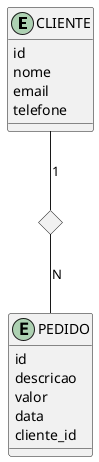
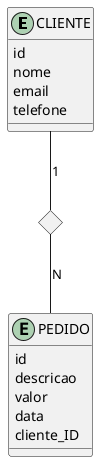
@startuml

skinparam classAttributeIconSize 0

class CLIENTE << (E,#ADD1B2) >> {
  id
  nome
  email
  telefone
}

class PEDIDO << (E,#ADD1B2) >> {
  id
  descricao
  valor
  data
-   cliente_id
+   cliente_ID
}

diamond REALIZA

CLIENTE -- REALIZA : 1
REALIZA -- PEDIDO : N

@enduml


@startuml

entity "CLIENTES" as clientes {
    * id : INT <<PK>>
    --
    nome : VARCHAR(100)
    email : VARCHAR(100)
    telefone : VARCHAR(20)
}

entity "PEDIDOS" as pedidos {
    * id : INT <<PK>>
    --
-     cliente_id : INT <<FK>>
+     cliente_ID : INT <<FK>>
    descricao : VARCHAR(255)
    valor : DECIMAL(10,2)
    data : DATE
}

clientes ||--o{ pedidos : realiza

@enduml

@startuml

skinparam backgroundColor white
skinparam shadowing false

rectangle "CLIENTES" as Clientes
rectangle "PEDIDOS" as Pedidos

hexagon "REALIZA" as Realiza

Clientes -- Realiza : 1
Realiza -- Pedidos : N

@enduml



@startuml

start

:Cadastrar cliente;
:Inserir registro em CLIENTES;

:Selecionar produtos;
:Criar pedido;

if (Confirmar pedido?) then (Sim)

    :Inserir registro em PEDIDOS;
-     :Vincular cliente_id;
+     :Vincular cliente_ID;
    :Finalizar;

else (Cancelar)

    :Encerrar processo;

endif

stop

@enduml




